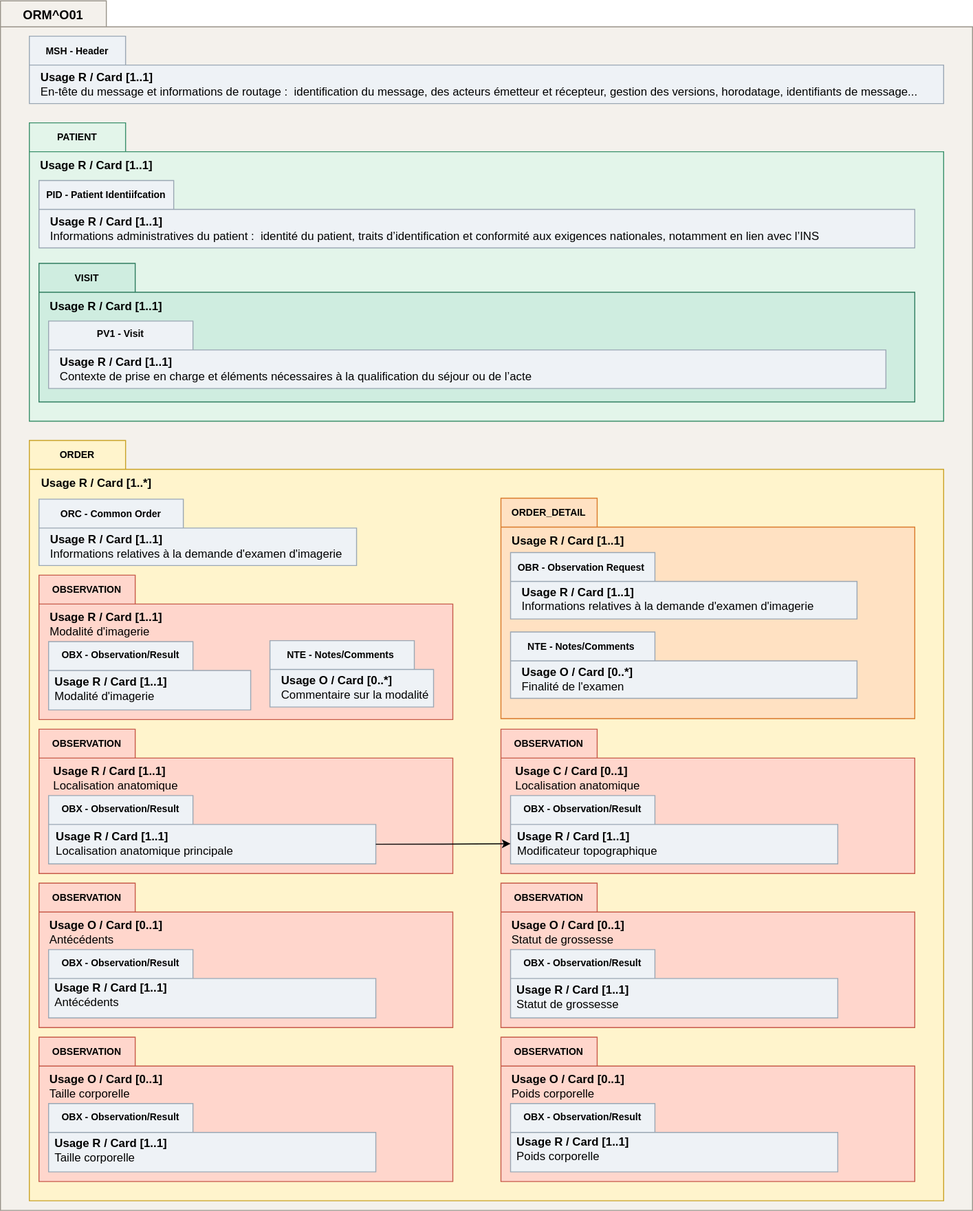
Above: input/images/Flux1-Fonc.svg in ansforge/interop-ig-hl7v2-teleradiologie (draw.io), before the change. Source tidied: cells renumbered, new cells last; positions are measured from the earlier drawing's top-left corner, leaving out a move shared by most shapes.
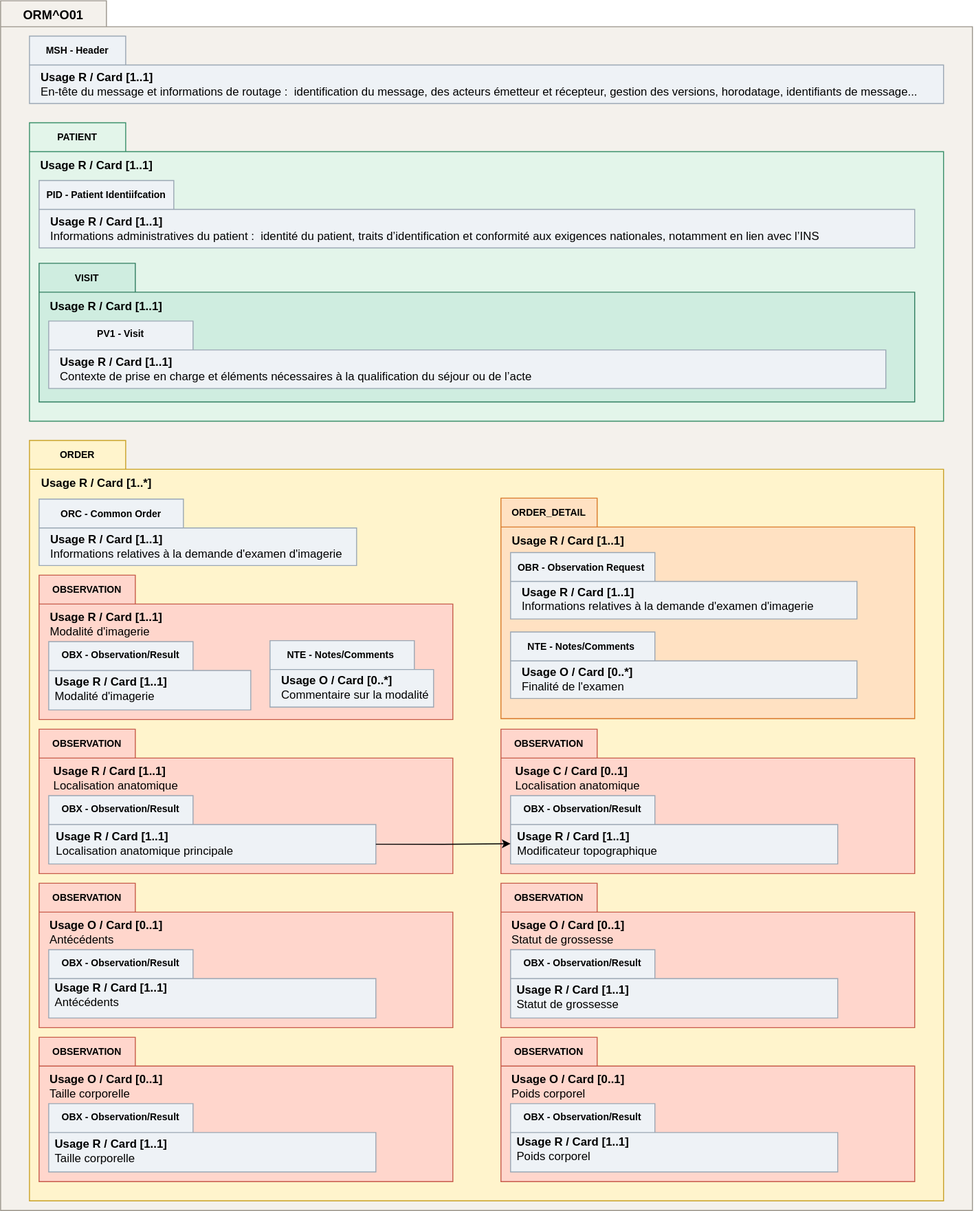
The same file after the commit.

Change to the diagram source:
```diff
@@ -138,10 +138,10 @@
     <mxCell id="45" value="&lt;span style=&quot;font-size: 10px;&quot;&gt;OBX - Observation/Result&lt;/span&gt;" style="text;html=1;strokeColor=none;fillColor=none;align=center;verticalAlign=middle;whiteSpace=wrap;rounded=0;fontStyle=1;" parent="1" vertex="1">
       <mxGeometry x="530" y="1145" width="150" height="30" as="geometry" />
     </mxCell>
-    <mxCell id="46" value="&lt;div style=&quot;text-align: left;&quot;&gt;&lt;b style=&quot;background-color: initial; border-color: var(--border-color);&quot;&gt;Usage O / Card [0..1]&lt;/b&gt;&lt;/div&gt;&lt;span style=&quot;border-color: var(--border-color);&quot;&gt;&lt;div style=&quot;text-align: left;&quot;&gt;Poids corporelle&lt;/div&gt;&lt;/span&gt;" style="text;html=1;strokeColor=none;fillColor=none;align=center;verticalAlign=middle;whiteSpace=wrap;rounded=0;" parent="1" vertex="1">
+    <mxCell id="46" value="&lt;div style=&quot;text-align: left;&quot;&gt;&lt;b style=&quot;background-color: initial; border-color: var(--border-color);&quot;&gt;Usage O / Card [0..1]&lt;/b&gt;&lt;/div&gt;&lt;span style=&quot;border-color: var(--border-color);&quot;&gt;&lt;div style=&quot;text-align: left;&quot;&gt;Poids corporel&lt;/div&gt;&lt;/span&gt;" style="text;html=1;strokeColor=none;fillColor=none;align=center;verticalAlign=middle;whiteSpace=wrap;rounded=0;" parent="1" vertex="1">
       <mxGeometry x="520" y="1108" width="140" height="39" as="geometry" />
     </mxCell>
-    <mxCell id="47" value="&lt;div style=&quot;text-align: left;&quot;&gt;&lt;b style=&quot;background-color: initial; border-color: var(--border-color);&quot;&gt;Usage R / Card [1..1]&lt;/b&gt;&lt;/div&gt;&lt;span style=&quot;border-color: var(--border-color);&quot;&gt;&lt;div style=&quot;text-align: left;&quot;&gt;Poids corporelle&lt;/div&gt;&lt;/span&gt;" style="text;html=1;strokeColor=none;fillColor=none;align=center;verticalAlign=middle;whiteSpace=wrap;rounded=0;" parent="1" vertex="1">
+    <mxCell id="47" value="&lt;div style=&quot;text-align: left;&quot;&gt;&lt;b style=&quot;background-color: initial; border-color: var(--border-color);&quot;&gt;Usage R / Card [1..1]&lt;/b&gt;&lt;/div&gt;&lt;span style=&quot;border-color: var(--border-color);&quot;&gt;&lt;div style=&quot;text-align: left;&quot;&gt;Poids corporel&lt;/div&gt;&lt;/span&gt;" style="text;html=1;strokeColor=none;fillColor=none;align=center;verticalAlign=middle;whiteSpace=wrap;rounded=0;" parent="1" vertex="1">
       <mxGeometry x="530" y="1176" width="130" height="34" as="geometry" />
     </mxCell>
     <mxCell id="48" style="shape=folder;fontStyle=1;spacingTop=10;tabWidth=100;tabHeight=30;tabPosition=left;html=1;whiteSpace=wrap;strokeColor=#C75B4A;fillColor=#FFD6CC;" parent="1" vertex="1">
```
